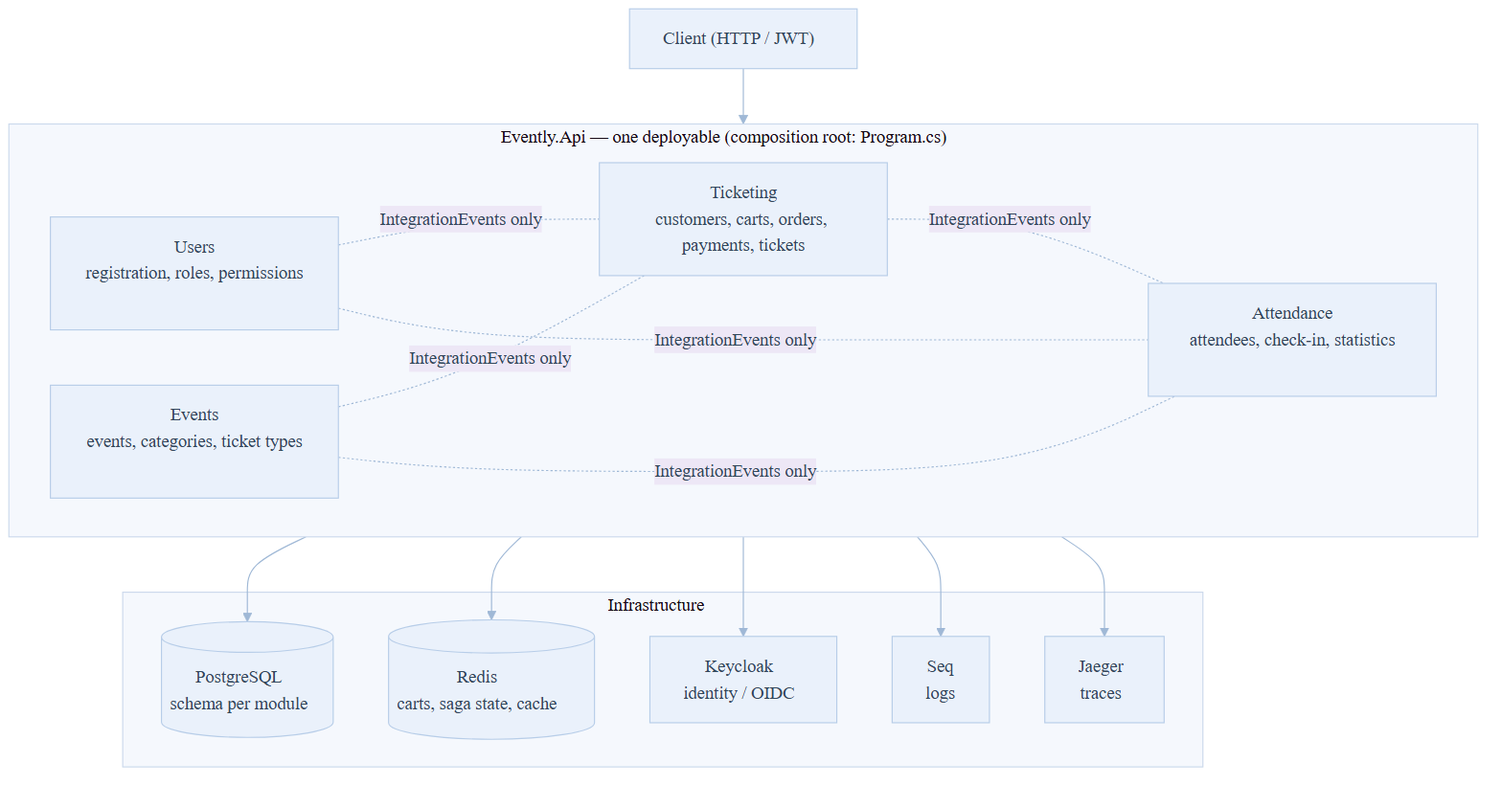
This is docs/images/system-context.png from vishipayyallore/evently-engineering, a Mermaid export, as it was before one commit. Its source is kept beside it as docs/mermaid-diagrams/system-context.mmd.
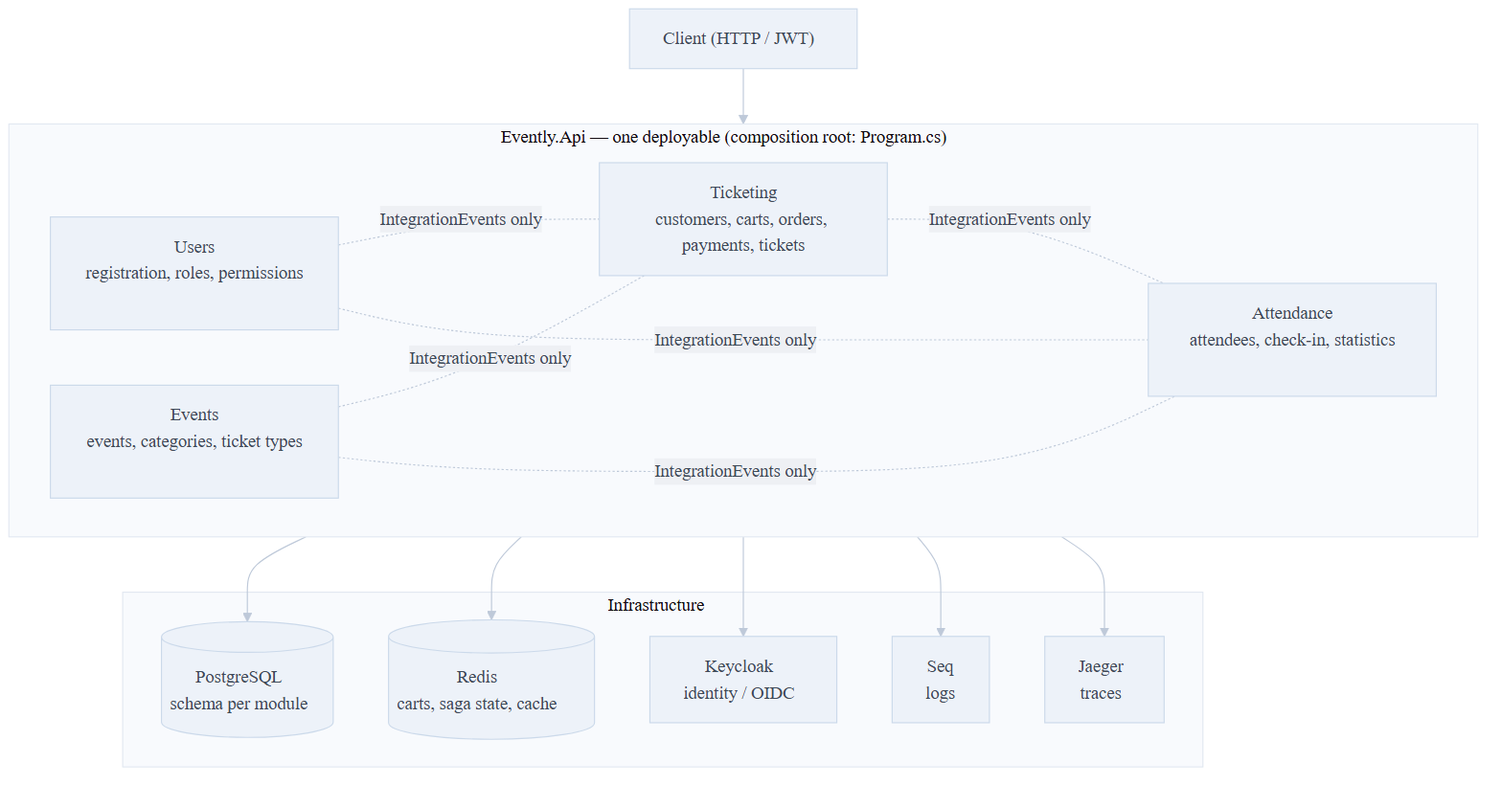
The same diagram one commit later.

Change to the diagram source:
```diff
@@ -2,19 +2,22 @@
 config:
   theme: base
   themeVariables:
-    primaryColor: "#EAF1FB"
-    primaryBorderColor: "#B7CDE8"
-    primaryTextColor: "#33475B"
-    lineColor: "#9FB8D6"
-    secondaryColor: "#EDE7F6"
-    secondaryBorderColor: "#C6BCE0"
-    tertiaryColor: "#E8F5E9"
-    tertiaryBorderColor: "#BBD9BE"
-    clusterBkg: "#F5F8FD"
-    clusterBorder: "#CBD9EC"
-    noteBkgColor: "#FFF8E1"
-    noteBorderColor: "#EAD9A0"
-    messageTextColor: "#5B6B7B"
+    primaryColor: "#EDF2F9"
+    primaryBorderColor: "#CBD9EA"
+    primaryTextColor: "#3F4A58"
+    lineColor: "#BEC9D9"
+    secondaryColor: "#EEF0F4"
+    secondaryBorderColor: "#DADEE6"
+    tertiaryColor: "#ECF3ED"
+    tertiaryBorderColor: "#CDDECE"
+    clusterBkg: "#F8FAFD"
+    clusterBorder: "#E2E8F1"
+    noteBkgColor: "#FAF7EE"
+    noteBorderColor: "#E8DEC8"
+    messageTextColor: "#63707F"
+    compositeBackground: "#F8FAFD"
+    compositeTitleBackground: "#EDF2F9"
+    altBackground: "#F8FAFD"
     fontFamily: "Segoe UI, Roboto, Helvetica, Arial, sans-serif"
 ---
 flowchart TB
```
